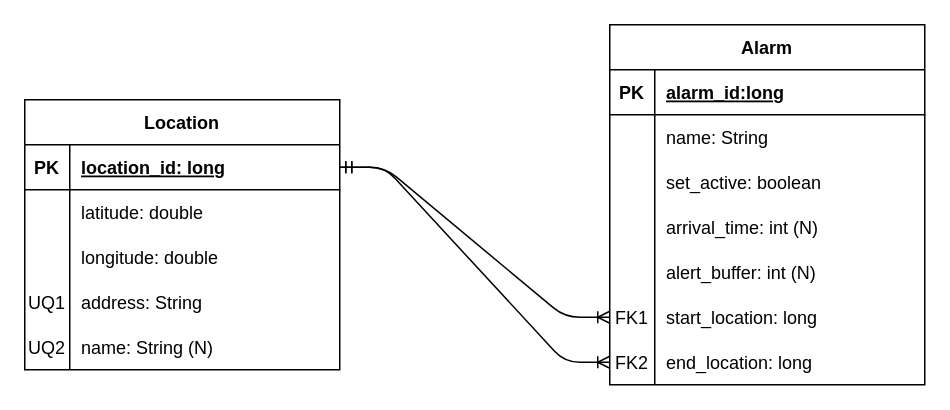
Above: docs/true-alarm-erd.drawio in pcutter1/true-alarm (draw.io), before the change. Source tidied: cells renumbered, new cells numbered last; positions are measured from the earlier drawing's top-left corner, leaving out a move shared by most shapes. Both pictures are drawn from the tidied source at 150%, with x=0, y=0 at pixel (24, 24).
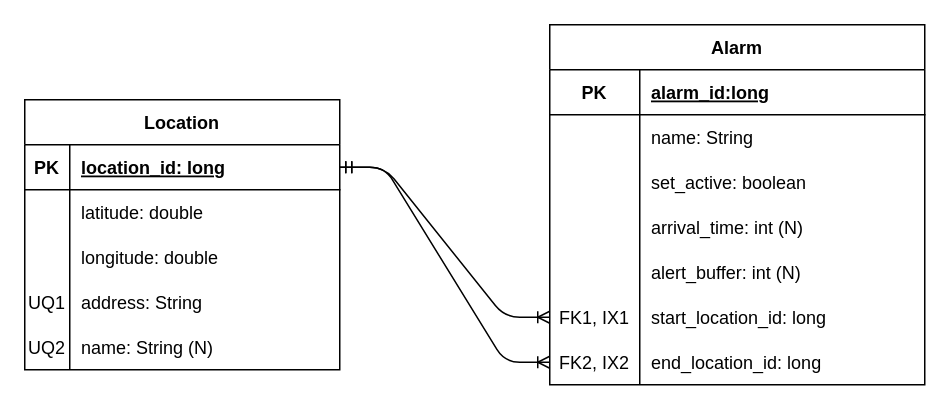
The same diagram, later.

Diff of the diagram source:
```diff
@@
     <mxCell id="2" value="Alarm" style="shape=table;startSize=30;childLayout=tableLayout;rowLines=0;fontStyle=1;align=center;" parent="1" vertex="1">
-      <mxGeometry x="390" width="210" height="240" as="geometry" />
+      <mxGeometry x="350" width="250" height="240" as="geometry" />
     </mxCell>
     <mxCell id="3" style="shape=partialRectangle;fillColor=none;top=0;left=0;bottom=1;right=0;" parent="2" vertex="1">
-      <mxGeometry y="30" width="210" height="30" as="geometry" />
+      <mxGeometry y="30" width="250" height="30" as="geometry" />
     </mxCell>
     <mxCell id="4" value="PK" style="shape=partialRectangle;fillColor=none;top=0;left=0;bottom=0;right=0;fontStyle=1;overflow=hidden;" parent="3" vertex="1">
-      <mxGeometry width="30" height="30" as="geometry" />
+      <mxGeometry width="60" height="30" as="geometry" />
     </mxCell>
     <mxCell id="5" value="alarm_id:long" style="shape=partialRectangle;fillColor=none;top=0;left=0;bottom=0;right=0;align=left;spacingLeft=6;fontStyle=5;overflow=hidden;" parent="3" vertex="1">
-      <mxGeometry x="30" width="180" height="30" as="geometry" />
+      <mxGeometry x="60" width="190" height="30" as="geometry" />
     </mxCell>
     <mxCell id="6" style="shape=partialRectangle;fillColor=none;top=0;left=0;bottom=0;right=0;" parent="2" vertex="1">
-      <mxGeometry y="60" width="210" height="30" as="geometry" />
+      <mxGeometry y="60" width="250" height="30" as="geometry" />
     </mxCell>
     <mxCell id="7" style="shape=partialRectangle;fillColor=none;top=0;left=0;bottom=0;right=0;overflow=hidden;" parent="6" vertex="1">
-      <mxGeometry width="30" height="30" as="geometry" />
+      <mxGeometry width="60" height="30" as="geometry" />
     </mxCell>
     <mxCell id="8" value="name: String" style="shape=partialRectangle;fillColor=none;top=0;left=0;bottom=0;right=0;align=left;spacingLeft=6;overflow=hidden;" parent="6" vertex="1">
-      <mxGeometry x="30" width="180" height="30" as="geometry" />
+      <mxGeometry x="60" width="190" height="30" as="geometry" />
     </mxCell>
     <mxCell id="9" style="shape=partialRectangle;fillColor=none;top=0;left=0;bottom=0;right=0;" parent="2" vertex="1">
-      <mxGeometry y="90" width="210" height="30" as="geometry" />
+      <mxGeometry y="90" width="250" height="30" as="geometry" />
     </mxCell>
     <mxCell id="10" style="shape=partialRectangle;fillColor=none;top=0;left=0;bottom=0;right=0;overflow=hidden;" parent="9" vertex="1">
-      <mxGeometry width="30" height="30" as="geometry" />
+      <mxGeometry width="60" height="30" as="geometry" />
     </mxCell>
     <mxCell id="11" value="set_active: boolean" style="shape=partialRectangle;fillColor=none;top=0;left=0;bottom=0;right=0;align=left;spacingLeft=6;overflow=hidden;" parent="9" vertex="1">
-      <mxGeometry x="30" width="180" height="30" as="geometry" />
+      <mxGeometry x="60" width="190" height="30" as="geometry" />
     </mxCell>
     <mxCell id="12" style="shape=partialRectangle;fillColor=none;top=0;left=0;bottom=0;right=0;" parent="2" vertex="1">
-      <mxGeometry y="120" width="210" height="30" as="geometry" />
+      <mxGeometry y="120" width="250" height="30" as="geometry" />
     </mxCell>
     <mxCell id="13" style="shape=partialRectangle;fillColor=none;top=0;left=0;bottom=0;right=0;overflow=hidden;" parent="12" vertex="1">
-      <mxGeometry width="30" height="30" as="geometry" />
+      <mxGeometry width="60" height="30" as="geometry" />
     </mxCell>
     <mxCell id="14" value="arrival_time: int (N)" style="shape=partialRectangle;fillColor=none;top=0;left=0;bottom=0;right=0;align=left;spacingLeft=6;overflow=hidden;" parent="12" vertex="1">
-      <mxGeometry x="30" width="180" height="30" as="geometry" />
+      <mxGeometry x="60" width="190" height="30" as="geometry" />
     </mxCell>
     <mxCell id="15" style="shape=partialRectangle;fillColor=none;top=0;left=0;bottom=0;right=0;" parent="2" vertex="1">
-      <mxGeometry y="150" width="210" height="30" as="geometry" />
+      <mxGeometry y="150" width="250" height="30" as="geometry" />
     </mxCell>
     <mxCell id="16" style="shape=partialRectangle;fillColor=none;top=0;left=0;bottom=0;right=0;overflow=hidden;" parent="15" vertex="1">
-      <mxGeometry width="30" height="30" as="geometry" />
+      <mxGeometry width="60" height="30" as="geometry" />
     </mxCell>
     <mxCell id="17" value="alert_buffer: int (N)" style="shape=partialRectangle;fillColor=none;top=0;left=0;bottom=0;right=0;align=left;spacingLeft=6;overflow=hidden;" parent="15" vertex="1">
-      <mxGeometry x="30" width="180" height="30" as="geometry" />
+      <mxGeometry x="60" width="190" height="30" as="geometry" />
     </mxCell>
     <mxCell id="18" style="shape=partialRectangle;fillColor=none;top=0;left=0;bottom=0;right=0;points=[[0,0.5],[1,0.5]];portConstraint=eastwest;" parent="2" vertex="1">
-      <mxGeometry y="180" width="210" height="30" as="geometry" />
+      <mxGeometry y="180" width="250" height="30" as="geometry" />
     </mxCell>
-    <mxCell id="19" value="FK1" style="shape=partialRectangle;fillColor=none;top=0;left=0;bottom=0;right=0;overflow=hidden;" parent="18" vertex="1">
-      <mxGeometry width="30" height="30" as="geometry" />
+    <mxCell id="19" value="FK1, IX1" style="shape=partialRectangle;fillColor=none;top=0;left=0;bottom=0;right=0;overflow=hidden;" parent="18" vertex="1">
+      <mxGeometry width="60" height="30" as="geometry" />
     </mxCell>
-    <mxCell id="20" value="start_location: long" style="shape=partialRectangle;fillColor=none;top=0;left=0;bottom=0;right=0;align=left;spacingLeft=6;overflow=hidden;" parent="18" vertex="1">
-      <mxGeometry x="30" width="180" height="30" as="geometry" />
+    <mxCell id="20" value="start_location_id: long" style="shape=partialRectangle;fillColor=none;top=0;left=0;bottom=0;right=0;align=left;spacingLeft=6;overflow=hidden;" parent="18" vertex="1">
+      <mxGeometry x="60" width="190" height="30" as="geometry" />
     </mxCell>
     <mxCell id="21" style="shape=partialRectangle;fillColor=none;top=0;left=0;bottom=0;right=0;points=[[0,0.5],[1,0.5]];portConstraint=eastwest;" parent="2" vertex="1">
-      <mxGeometry y="210" width="210" height="30" as="geometry" />
+      <mxGeometry y="210" width="250" height="30" as="geometry" />
     </mxCell>
-    <mxCell id="22" value="FK2" style="shape=partialRectangle;fillColor=none;top=0;left=0;bottom=0;right=0;overflow=hidden;" parent="21" vertex="1">
-      <mxGeometry width="30" height="30" as="geometry" />
+    <mxCell id="22" value="FK2, IX2" style="shape=partialRectangle;fillColor=none;top=0;left=0;bottom=0;right=0;overflow=hidden;" parent="21" vertex="1">
+      <mxGeometry width="60" height="30" as="geometry" />
     </mxCell>
-    <mxCell id="23" value="end_location: long" style="shape=partialRectangle;fillColor=none;top=0;left=0;bottom=0;right=0;align=left;spacingLeft=6;overflow=hidden;" parent="21" vertex="1">
-      <mxGeometry x="30" width="180" height="30" as="geometry" />
+    <mxCell id="23" value="end_location_id: long" style="shape=partialRectangle;fillColor=none;top=0;left=0;bottom=0;right=0;align=left;spacingLeft=6;overflow=hidden;" parent="21" vertex="1">
+      <mxGeometry x="60" width="190" height="30" as="geometry" />
     </mxCell>
```
